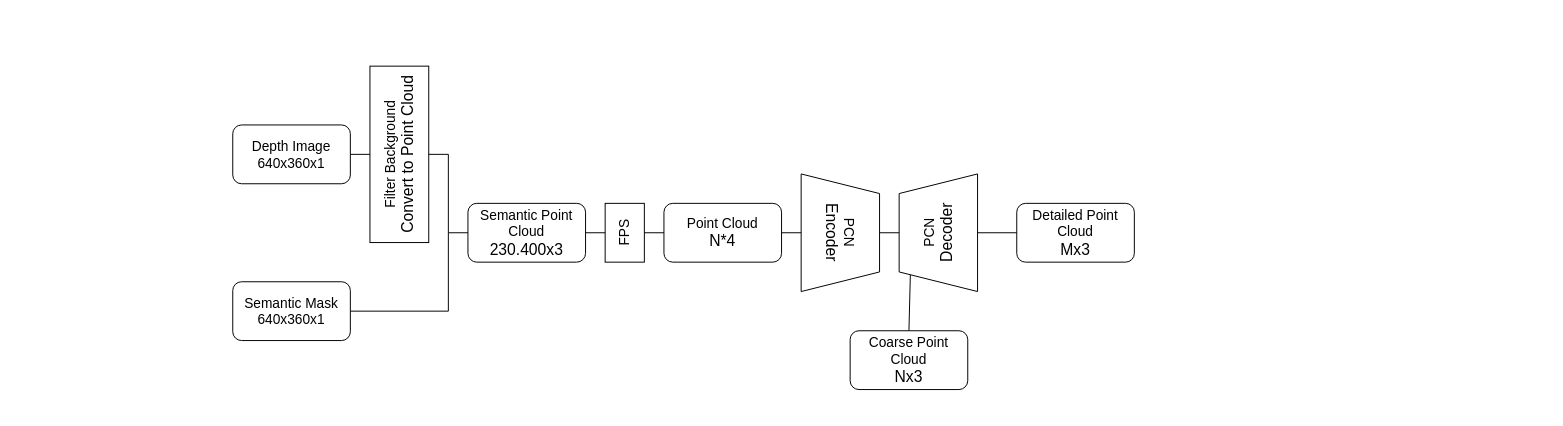
HoangHongNgo/examples keeps this draw.io diagram as intergrate-pcn.drawio. Above is the earlier version. Source tidied: cells renumbered, new cells numbered last; positions are measured from the earlier drawing's top-left corner, leaving out a move shared by most shapes. Both pictures are drawn from the tidied source at 98%, with x=0, y=0 at pixel (232, 124).
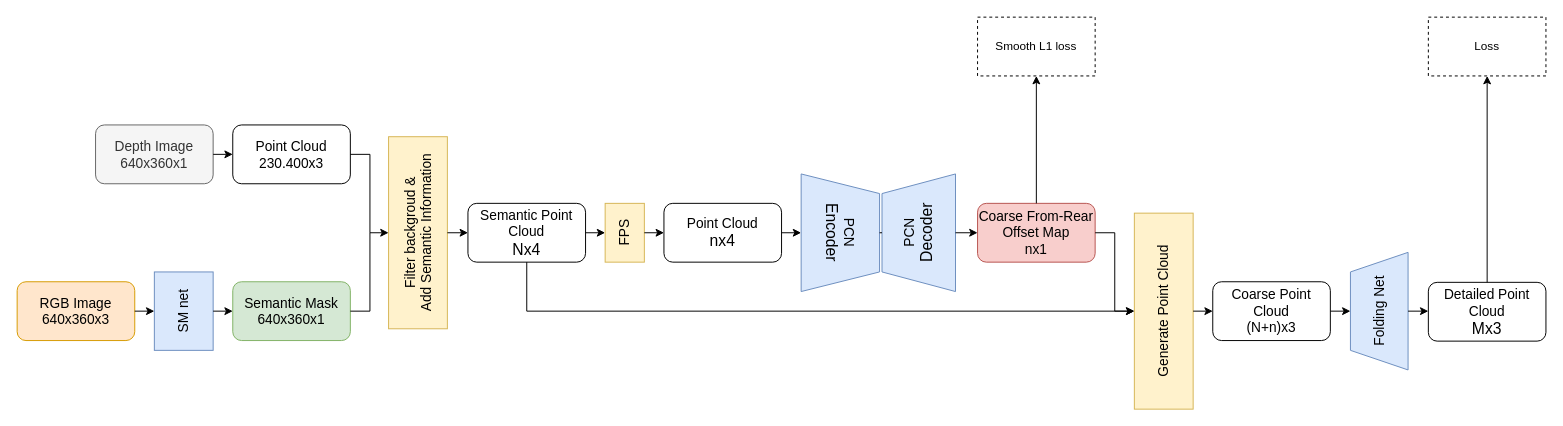
The same page after the edit.

What changed in the source:
```diff
@@
-    <mxCell id="2" value="&lt;font style=&quot;font-size: 14px;&quot;&gt;Depth Image&lt;/font&gt;&lt;div&gt;&lt;font style=&quot;font-size: 14px;&quot;&gt;640x360x1&lt;/font&gt;&lt;/div&gt;" style="rounded=1;whiteSpace=wrap;html=1;" parent="1" vertex="1">
-      <mxGeometry width="120" height="60" as="geometry" />
+    <mxCell id="2" value="&lt;font style=&quot;font-size: 14px;&quot;&gt;Depth Image&lt;/font&gt;&lt;div&gt;&lt;font style=&quot;font-size: 14px;&quot;&gt;640x360x1&lt;/font&gt;&lt;/div&gt;" style="rounded=1;whiteSpace=wrap;html=1;fillColor=#f5f5f5;fontColor=#333333;strokeColor=#666666;" parent="1" vertex="1">
+      <mxGeometry x="-140" width="120" height="60" as="geometry" />
     </mxCell>
-    <mxCell id="3" value="&lt;font style=&quot;font-size: 14px;&quot;&gt;Filter Background&lt;/font&gt;&lt;div&gt;&lt;font size=&quot;3&quot;&gt;Convert to Point Cloud&lt;/font&gt;&lt;/div&gt;" style="rounded=0;whiteSpace=wrap;html=1;rotation=-90;" parent="1" vertex="1">
-      <mxGeometry x="80" width="180" height="60" as="geometry" />
-    </mxCell>
-    <mxCell id="4" value="&lt;font style=&quot;font-size: 14px;&quot;&gt;Semantic Point Cloud&lt;/font&gt;&lt;div&gt;&lt;font size=&quot;3&quot;&gt;230.400x3&lt;/font&gt;&lt;/div&gt;" style="rounded=1;whiteSpace=wrap;html=1;" parent="1" vertex="1">
-      <mxGeometry x="240" y="80" width="120" height="60" as="geometry" />
-    </mxCell>
-    <mxCell id="5" value="&lt;font style=&quot;font-size: 14px;&quot;&gt;Point Cloud&lt;/font&gt;&lt;div&gt;&lt;font size=&quot;3&quot;&gt;N*4&lt;/font&gt;&lt;/div&gt;" style="rounded=1;whiteSpace=wrap;html=1;" parent="1" vertex="1">
+    <mxCell id="5" value="&lt;font style=&quot;font-size: 14px;&quot;&gt;Point Cloud&lt;/font&gt;&lt;div&gt;&lt;font size=&quot;3&quot;&gt;nx4&lt;/font&gt;&lt;/div&gt;" style="rounded=1;whiteSpace=wrap;html=1;" parent="1" vertex="1">
       <mxGeometry x="440" y="80" width="120" height="60" as="geometry" />
     </mxCell>
-    <mxCell id="6" value="&lt;span style=&quot;font-size: 14px;&quot;&gt;FPS&lt;/span&gt;" style="rounded=0;whiteSpace=wrap;html=1;rotation=-90;" parent="1" vertex="1">
+    <mxCell id="6" value="&lt;span style=&quot;font-size: 14px;&quot;&gt;FPS&lt;/span&gt;" style="rounded=0;whiteSpace=wrap;html=1;rotation=-90;fillColor=#fff2cc;strokeColor=#d6b656;" parent="1" vertex="1">
       <mxGeometry x="370" y="90" width="60" height="40" as="geometry" />
     </mxCell>
-    <mxCell id="7" value="&lt;font style=&quot;font-size: 14px;&quot;&gt;Semantic Mask&lt;/font&gt;&lt;div&gt;&lt;font style=&quot;font-size: 14px;&quot;&gt;640x360x1&lt;/font&gt;&lt;/div&gt;" style="rounded=1;whiteSpace=wrap;html=1;" parent="1" vertex="1">
+    <mxCell id="7" value="&lt;font style=&quot;font-size: 14px;&quot;&gt;Semantic Mask&lt;/font&gt;&lt;div&gt;&lt;font style=&quot;font-size: 14px;&quot;&gt;640x360x1&lt;/font&gt;&lt;/div&gt;" style="rounded=1;whiteSpace=wrap;html=1;fillColor=#d5e8d4;strokeColor=#82b366;" parent="1" vertex="1">
       <mxGeometry y="160" width="120" height="60" as="geometry" />
     </mxCell>
-    <mxCell id="8" value="&lt;font style=&quot;font-size: 14px;&quot;&gt;PCN&lt;/font&gt;&lt;div&gt;&lt;font size=&quot;3&quot;&gt;Encoder&lt;/font&gt;&lt;/div&gt;" style="shape=trapezoid;perimeter=trapezoidPerimeter;whiteSpace=wrap;html=1;fixedSize=1;rotation=90;" parent="1" vertex="1">
+    <mxCell id="8" value="&lt;font style=&quot;font-size: 14px;&quot;&gt;PCN&lt;/font&gt;&lt;div&gt;&lt;font size=&quot;3&quot;&gt;Encoder&lt;/font&gt;&lt;/div&gt;" style="shape=trapezoid;perimeter=trapezoidPerimeter;whiteSpace=wrap;html=1;fixedSize=1;rotation=90;fillColor=#dae8fc;strokeColor=#6c8ebf;" parent="1" vertex="1">
       <mxGeometry x="560" y="70" width="120" height="80" as="geometry" />
     </mxCell>
-    <mxCell id="9" value="&lt;font style=&quot;font-size: 14px;&quot;&gt;PCN&lt;/font&gt;&lt;div&gt;&lt;font size=&quot;3&quot;&gt;Decoder&lt;/font&gt;&lt;/div&gt;" style="shape=trapezoid;perimeter=trapezoidPerimeter;whiteSpace=wrap;html=1;fixedSize=1;rotation=-90;" parent="1" vertex="1">
-      <mxGeometry x="660" y="70" width="120" height="80" as="geometry" />
+    <mxCell id="9" value="&lt;font style=&quot;font-size: 14px;&quot;&gt;PCN&lt;/font&gt;&lt;div&gt;&lt;font size=&quot;3&quot;&gt;Decoder&lt;/font&gt;&lt;/div&gt;" style="shape=trapezoid;perimeter=trapezoidPerimeter;whiteSpace=wrap;html=1;fixedSize=1;rotation=-90;fillColor=#dae8fc;strokeColor=#6c8ebf;" parent="1" vertex="1">
+      <mxGeometry x="640" y="72.5" width="120" height="75" as="geometry" />
     </mxCell>
-    <mxCell id="10" value="&lt;font style=&quot;font-size: 14px;&quot;&gt;Coarse Point Cloud&lt;/font&gt;&lt;div&gt;&lt;font size=&quot;3&quot; style=&quot;&quot;&gt;Nx3&lt;/font&gt;&lt;/div&gt;" style="rounded=1;whiteSpace=wrap;html=1;" parent="1" vertex="1">
-      <mxGeometry x="630" y="210" width="120" height="60" as="geometry" />
+    <mxCell id="10" value="&lt;span style=&quot;font-size: 14px;&quot;&gt;Coarse From-Rear Offset Map&lt;/span&gt;&lt;div&gt;&lt;span style=&quot;font-size: 14px;&quot;&gt;nx1&lt;/span&gt;&lt;/div&gt;" style="rounded=1;whiteSpace=wrap;html=1;fillColor=#f8cecc;strokeColor=#b85450;" parent="1" vertex="1">
+      <mxGeometry x="760" y="80" width="120" height="60" as="geometry" />
     </mxCell>
     <mxCell id="11" value="&lt;font style=&quot;font-size: 14px;&quot;&gt;Detailed Point Cloud&lt;/font&gt;&lt;div&gt;&lt;font size=&quot;3&quot; style=&quot;&quot;&gt;Mx3&lt;/font&gt;&lt;/div&gt;" style="rounded=1;whiteSpace=wrap;html=1;" parent="1" vertex="1">
-      <mxGeometry x="800" y="80" width="120" height="60" as="geometry" />
+      <mxGeometry x="1220" y="160.6" width="120" height="60" as="geometry" />
     </mxCell>
-    <mxCell id="12" style="endArrow=none;html=1;rounded=0;exitX=1;exitY=0.5;exitDx=0;exitDy=0;entryX=0.5;entryY=0;entryDx=0;entryDy=0;" parent="1" edge="1" source="2" target="3">
-      <mxGeometry relative="1" as="geometry" />
-    </mxCell>
-    <mxCell id="13" style="endArrow=none;html=1;rounded=0;exitX=1;exitY=0.5;exitDx=0;exitDy=0;" parent="1" edge="1" source="7">
+    <mxCell id="13" style="endArrow=none;html=1;rounded=0;" parent="1" edge="1">
       <mxGeometry relative="1" as="geometry">
-        <mxPoint x="220" y="190" as="targetPoint" />
+        <mxPoint x="120" y="190" as="sourcePoint" />
+        <mxPoint x="140" y="190" as="targetPoint" />
       </mxGeometry>
     </mxCell>
     <mxCell id="14" style="endArrow=none;html=1;rounded=0;" parent="1" edge="1">
       <mxGeometry relative="1" as="geometry">
-        <mxPoint x="220" y="190" as="sourcePoint" />
-        <mxPoint x="220" y="110" as="targetPoint" />
+        <mxPoint x="140" y="190" as="sourcePoint" />
+        <mxPoint x="140" y="110" as="targetPoint" />
       </mxGeometry>
     </mxCell>
-    <mxCell id="15" style="endArrow=none;html=1;rounded=0;exitX=0.5;exitY=1;exitDx=0;exitDy=0;entryX=0;entryY=0.5;entryDx=0;entryDy=0;" parent="1" edge="1" source="3" target="4">
-      <mxGeometry relative="1" as="geometry">
-        <Array as="points">
-          <mxPoint x="220" y="30" />
-          <mxPoint x="220" y="110" />
-        </Array>
-      </mxGeometry>
-    </mxCell>
-    <mxCell id="16" style="endArrow=none;html=1;rounded=0;exitX=1;exitY=0.5;exitDx=0;exitDy=0;entryX=0.5;entryY=0;entryDx=0;entryDy=0;" parent="1" edge="1" source="4" target="6">
-      <mxGeometry relative="1" as="geometry" />
-    </mxCell>
+    <mxCell id="19" style="endArrow=none;html=1;rounded=0;exitX=0.5;exitY=0;exitDx=0;exitDy=0;" parent="1" edge="1" source="8" target="9">
+      <mxGeometry relative="1" as="geometry" />
+    </mxCell>
+    <mxCell id="22" value="&lt;span style=&quot;font-size: 14px;&quot;&gt;Point Cloud&lt;/span&gt;&lt;div&gt;&lt;span style=&quot;font-size: 14px;&quot;&gt;230.400x3&lt;/span&gt;&lt;/div&gt;" style="rounded=1;whiteSpace=wrap;html=1;" parent="1" vertex="1">
+      <mxGeometry width="120" height="60" as="geometry" />
+    </mxCell>
+    <mxCell id="23" value="&lt;span style=&quot;font-size: 14px;&quot;&gt;RGB Image&lt;/span&gt;&lt;div&gt;&lt;span style=&quot;font-size: 14px;&quot;&gt;640x360x3&lt;/span&gt;&lt;/div&gt;" style="rounded=1;whiteSpace=wrap;html=1;fillColor=#ffe6cc;strokeColor=#d79b00;" parent="1" vertex="1">
+      <mxGeometry x="-220" y="160" width="120" height="60" as="geometry" />
+    </mxCell>
+    <mxCell id="24" value="&lt;font style=&quot;font-size: 14px;&quot;&gt;SM net&lt;/font&gt;" style="rounded=0;whiteSpace=wrap;html=1;rotation=-90;fillColor=#dae8fc;strokeColor=#6c8ebf;" parent="1" vertex="1">
+      <mxGeometry x="-90" y="160" width="80" height="60" as="geometry" />
+    </mxCell>
+    <mxCell id="25" value="&lt;font style=&quot;font-size: 14px;&quot;&gt;Semantic Point Cloud&lt;/font&gt;&lt;div&gt;&lt;font size=&quot;3&quot;&gt;Nx4&lt;/font&gt;&lt;/div&gt;" style="rounded=1;whiteSpace=wrap;html=1;" parent="1" vertex="1">
+      <mxGeometry x="240" y="80" width="120" height="60" as="geometry" />
+    </mxCell>
+    <mxCell id="26" value="&lt;font style=&quot;font-size: 14px;&quot;&gt;Filter backgroud &amp;amp;&lt;/font&gt;&lt;div&gt;&lt;font style=&quot;font-size: 14px;&quot;&gt;Add Semantic Information&lt;/font&gt;&lt;/div&gt;" style="rounded=0;whiteSpace=wrap;html=1;rotation=-90;fillColor=#fff2cc;strokeColor=#d6b656;" parent="1" vertex="1">
+      <mxGeometry x="91" y="80" width="196" height="60" as="geometry" />
+    </mxCell>
+    <mxCell id="27" value="&lt;span style=&quot;font-size: 14px;&quot;&gt;Coarse Point Cloud&lt;/span&gt;&lt;div&gt;&lt;span style=&quot;font-size: 14px;&quot;&gt;(N+n)x3&lt;/span&gt;&lt;/div&gt;" style="rounded=1;whiteSpace=wrap;html=1;" parent="1" vertex="1">
+      <mxGeometry x="1000" y="160" width="120" height="60" as="geometry" />
+    </mxCell>
+    <mxCell id="28" value="&lt;font style=&quot;font-size: 14px;&quot;&gt;Generate Point Cloud&lt;/font&gt;" style="rounded=0;whiteSpace=wrap;html=1;fillColor=#fff2cc;strokeColor=#d6b656;rotation=-90;" parent="1" vertex="1">
+      <mxGeometry x="850" y="160" width="200" height="60" as="geometry" />
+    </mxCell>
+    <mxCell id="29" style="endArrow=classic;html=1;rounded=0;exitX=1;exitY=0.5;exitDx=0;exitDy=0;entryX=0.5;entryY=0;entryDx=0;entryDy=0;" parent="1" edge="1" source="10" target="28">
+      <mxGeometry relative="1" as="geometry">
+        <Array as="points">
+          <mxPoint x="900" y="110" />
+          <mxPoint x="900" y="190" />
+        </Array>
+      </mxGeometry>
+    </mxCell>
+    <mxCell id="30" style="endArrow=classic;html=1;rounded=0;exitX=0.5;exitY=1;exitDx=0;exitDy=0;entryX=0;entryY=0.5;entryDx=0;entryDy=0;" parent="1" edge="1" source="28" target="27">
+      <mxGeometry relative="1" as="geometry" />
+    </mxCell>
+    <mxCell id="31" style="endArrow=classic;html=1;rounded=0;exitX=0.5;exitY=1;exitDx=0;exitDy=0;entryX=0;entryY=0.5;entryDx=0;entryDy=0;" parent="1" edge="1" source="9" target="10">
+      <mxGeometry relative="1" as="geometry" />
+    </mxCell>
+    <mxCell id="32" style="endArrow=classic;html=1;rounded=0;exitX=1;exitY=0.5;exitDx=0;exitDy=0;entryX=0;entryY=0.5;entryDx=0;entryDy=0;" parent="1" edge="1" source="2" target="22">
+      <mxGeometry relative="1" as="geometry" />
+    </mxCell>
+    <mxCell id="33" style="endArrow=classic;html=1;rounded=0;exitX=1;exitY=0.5;exitDx=0;exitDy=0;entryX=0.5;entryY=0;entryDx=0;entryDy=0;" parent="1" edge="1" source="23" target="24">
+      <mxGeometry relative="1" as="geometry" />
+    </mxCell>
+    <mxCell id="34" style="endArrow=classic;html=1;rounded=0;exitX=0.5;exitY=1;exitDx=0;exitDy=0;entryX=0;entryY=0.5;entryDx=0;entryDy=0;" parent="1" edge="1" source="24" target="7">
+      <mxGeometry relative="1" as="geometry" />
+    </mxCell>
+    <mxCell id="35" style="endArrow=classic;html=1;rounded=0;exitX=1;exitY=0.5;exitDx=0;exitDy=0;entryX=0.5;entryY=0;entryDx=0;entryDy=0;" parent="1" edge="1" source="22" target="26">
+      <mxGeometry relative="1" as="geometry">
+        <Array as="points">
+          <mxPoint x="140" y="30" />
+          <mxPoint x="140" y="110" />
+        </Array>
+      </mxGeometry>
+    </mxCell>
+    <mxCell id="36" style="endArrow=classic;html=1;rounded=0;exitX=0.5;exitY=1;exitDx=0;exitDy=0;entryX=0;entryY=0.5;entryDx=0;entryDy=0;" parent="1" edge="1" source="26" target="25">
+      <mxGeometry relative="1" as="geometry" />
+    </mxCell>
+    <mxCell id="37" style="endArrow=classic;html=1;rounded=0;exitX=0.5;exitY=1;exitDx=0;exitDy=0;entryX=0.5;entryY=0;entryDx=0;entryDy=0;" parent="1" edge="1" source="25" target="28">
+      <mxGeometry relative="1" as="geometry">
+        <Array as="points">
+          <mxPoint x="300" y="190" />
+        </Array>
+      </mxGeometry>
+    </mxCell>
+    <mxCell id="38" value="&lt;span style=&quot;font-size: 14px;&quot;&gt;Folding Net&lt;/span&gt;" style="shape=trapezoid;perimeter=trapezoidPerimeter;whiteSpace=wrap;html=1;fixedSize=1;rotation=-90;fillColor=#dae8fc;strokeColor=#6c8ebf;" parent="1" vertex="1">
+      <mxGeometry x="1109.9" y="160.6" width="120" height="58.8" as="geometry" />
+    </mxCell>
+    <mxCell id="39" style="endArrow=classic;html=1;rounded=0;exitX=1;exitY=0.5;exitDx=0;exitDy=0;" parent="1" edge="1" source="25" target="6">
+      <mxGeometry relative="1" as="geometry" />
+    </mxCell>
-    <mxCell id="17" style="endArrow=none;html=1;rounded=0;exitX=0.5;exitY=1;exitDx=0;exitDy=0;entryX=0;entryY=0.5;entryDx=0;entryDy=0;" parent="1" edge="1" source="6" target="5">
+    <mxCell id="17" style="endArrow=classic;html=1;rounded=0;exitX=0.5;exitY=1;exitDx=0;exitDy=0;entryX=0;entryY=0.5;entryDx=0;entryDy=0;" parent="1" edge="1" source="6" target="5">
       <mxGeometry relative="1" as="geometry" />
     </mxCell>
-    <mxCell id="18" style="endArrow=none;html=1;rounded=0;exitX=1;exitY=0.5;exitDx=0;exitDy=0;entryX=0.5;entryY=1;entryDx=0;entryDy=0;" parent="1" edge="1" source="5" target="8">
+    <mxCell id="18" style="endArrow=classic;html=1;rounded=0;exitX=1;exitY=0.5;exitDx=0;exitDy=0;entryX=0.5;entryY=1;entryDx=0;entryDy=0;" parent="1" edge="1" source="5" target="8">
       <mxGeometry relative="1" as="geometry" />
     </mxCell>
-    <mxCell id="19" style="endArrow=none;html=1;rounded=0;exitX=0.5;exitY=0;exitDx=0;exitDy=0;" parent="1" edge="1" source="8" target="9">
-      <mxGeometry relative="1" as="geometry" />
-    </mxCell>
-    <mxCell id="20" style="endArrow=none;html=1;rounded=0;entryX=0.5;entryY=1;entryDx=0;entryDy=0;exitX=0;exitY=0.5;exitDx=0;exitDy=0;" parent="1" edge="1" source="11" target="9">
-      <mxGeometry relative="1" as="geometry" />
-    </mxCell>
-    <mxCell id="21" style="endArrow=none;html=1;rounded=0;exitX=0.5;exitY=0;exitDx=0;exitDy=0;entryX=0;entryY=0;entryDx=0;entryDy=0;" parent="1" edge="1" source="10" target="9">
-      <mxGeometry relative="1" as="geometry" />
-    </mxCell>
+    <mxCell id="40" style="endArrow=classic;html=1;rounded=0;exitX=1;exitY=0.5;exitDx=0;exitDy=0;entryX=0.5;entryY=0;entryDx=0;entryDy=0;" parent="1" edge="1" source="27" target="38">
+      <mxGeometry relative="1" as="geometry" />
+    </mxCell>
+    <mxCell id="41" style="endArrow=classic;html=1;rounded=0;exitX=0.5;exitY=1;exitDx=0;exitDy=0;" parent="1" edge="1" source="38">
+      <mxGeometry relative="1" as="geometry">
+        <mxPoint x="1220" y="190" as="targetPoint" />
+      </mxGeometry>
+    </mxCell>
+    <mxCell id="42" style="endArrow=classic;html=1;rounded=0;exitX=0.5;exitY=0;exitDx=0;exitDy=0;" parent="1" edge="1" source="10">
+      <mxGeometry relative="1" as="geometry">
+        <mxPoint x="820" y="-50" as="targetPoint" />
+      </mxGeometry>
+    </mxCell>
+    <mxCell id="43" value="Smooth L1 loss" style="rounded=0;whiteSpace=wrap;html=1;dashed=1;" parent="1" vertex="1">
+      <mxGeometry x="760" y="-110" width="120" height="60" as="geometry" />
+    </mxCell>
+    <mxCell id="44" style="endArrow=classic;html=1;rounded=0;exitX=0.5;exitY=0;exitDx=0;exitDy=0;" parent="1" edge="1" source="11">
+      <mxGeometry relative="1" as="geometry">
+        <mxPoint x="1280" y="-50" as="targetPoint" />
+      </mxGeometry>
+    </mxCell>
+    <mxCell id="45" value="Loss" style="rounded=0;whiteSpace=wrap;html=1;dashed=1;" parent="1" vertex="1">
+      <mxGeometry x="1220" y="-110" width="120" height="60" as="geometry" />
+    </mxCell>
```
